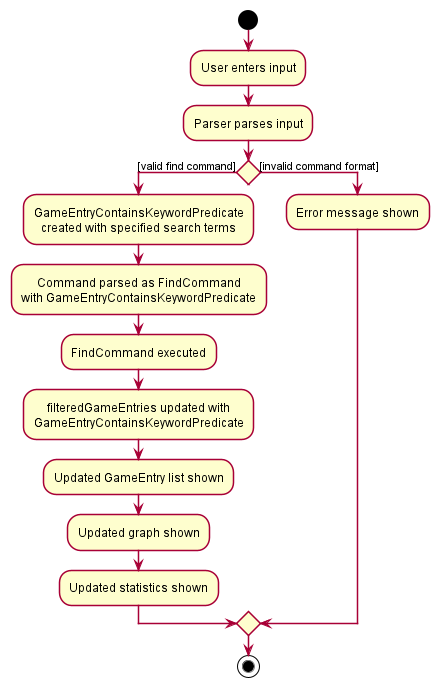
This is docs/images/FindActivityDiagram.png from yzhilong/tp, a PlantUML export, as it was before one commit. Source of this version:
```plantuml
@startuml
!include style.puml
start
:User enters input;
:Parser parses input;
if () then ([valid find command])
:GameEntryContainsKeywordPredicate
created with specified search terms;
:Command parsed as FindCommand
with GameEntryContainsKeywordPredicate;
:FindCommand executed;
:filteredGameEntries updated with
GameEntryContainsKeywordPredicate;
:Updated GameEntry list shown;
:Updated graph shown;
:Updated statistics shown;
else ([invalid command format])
:Error message shown;
endif
stop
@enduml
```
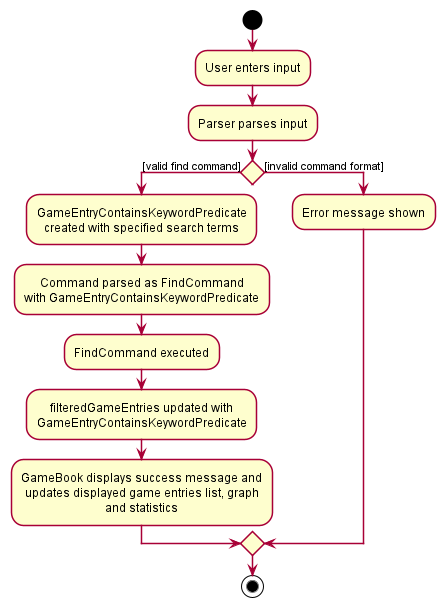
After the commit.

Diff of the diagram source:
```diff
@@ -4,18 +4,18 @@
 :User enters input;
 :Parser parses input;
 if () then ([valid find command])
-:GameEntryContainsKeywordPredicate
-created with specified search terms;
-:Command parsed as FindCommand
-with GameEntryContainsKeywordPredicate;
-:FindCommand executed;
-:filteredGameEntries updated with
-GameEntryContainsKeywordPredicate;
-:Updated GameEntry list shown;
-:Updated graph shown;
-:Updated statistics shown;
+    :GameEntryContainsKeywordPredicate
+    created with specified search terms;
+    :Command parsed as FindCommand
+    with GameEntryContainsKeywordPredicate;
+    :FindCommand executed;
+    :filteredGameEntries updated with
+    GameEntryContainsKeywordPredicate;
+    :GameBook displays success message and
+    updates displayed game entries list, graph
+    and statistics;
 else ([invalid command format])
-:Error message shown;
+    :Error message shown;
 endif
 stop
 @enduml
```
